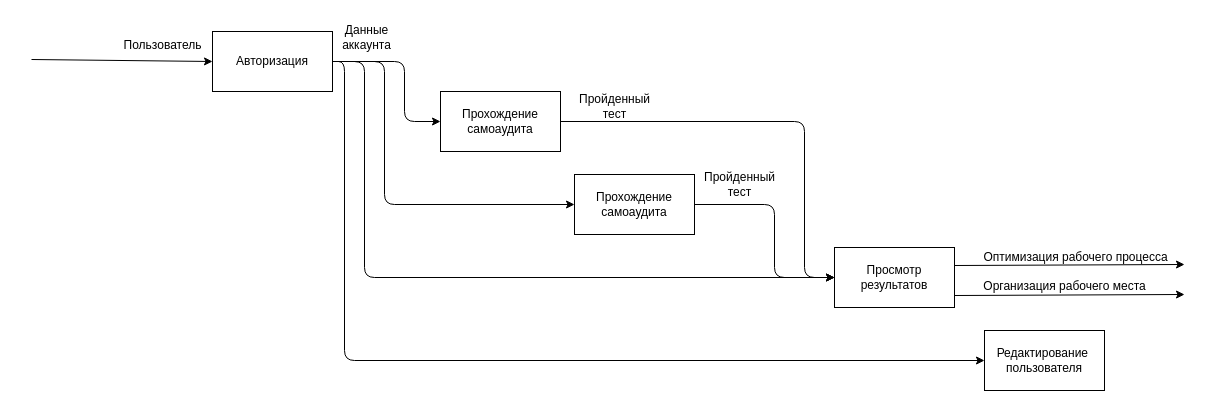
Before: page "A!" (3 of 5) of курсач.drawio in Vlad-Efremovv/kursach, a draw.io diagram. Source tidied: cells renumbered, new cells numbered last; positions are measured from the earlier drawing's top-left corner, leaving out a move shared by most shapes. Both pictures are drawn from the tidied source at 100%, with x=0, y=0 at pixel (31, 16).
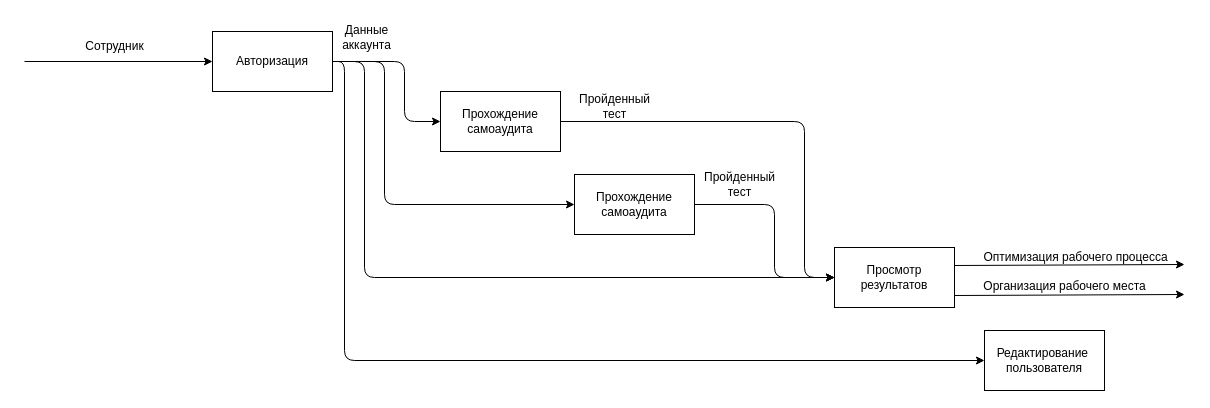
The same page after the edit.

The change refers to these unchanged cells:
```xml
<mxCell id="2" value="Авторизация" style="rounded=0;whiteSpace=wrap;html=1;" parent="1" vertex="1">
  <mxGeometry x="181" y="15" width="120" height="60" as="geometry" />
</mxCell>
```

Diff of the diagram source:
```diff
@@
     <mxCell id="3" style="endArrow=classic;html=1;rounded=0;entryX=0;entryY=0.5;entryDx=0;entryDy=0;" parent="1" edge="1" target="2">
       <mxGeometry relative="1" as="geometry">
-        <mxPoint y="43" as="sourcePoint" />
+        <mxPoint x="-7" y="45" as="sourcePoint" />
       </mxGeometry>
     </mxCell>
-    <mxCell id="4" value="Пользователь" style="text;html=1;align=center;verticalAlign=middle;strokeColor=none;fillColor=none;rounded=0;" parent="1" vertex="1">
-      <mxGeometry x="83" y="15.5" width="96" height="26" as="geometry" />
-    </mxCell>
@@
+    <mxCell id="22" value="Сотрудник" style="text;html=1;align=center;verticalAlign=middle;strokeColor=none;fillColor=none;" parent="1" vertex="1">
+      <mxGeometry x="43" y="15" width="80" height="30" as="geometry" />
+    </mxCell>
```
